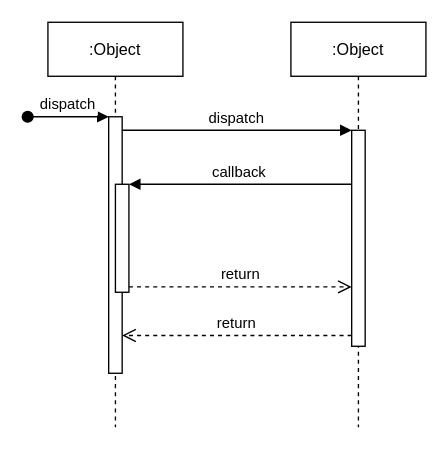
This is diagrams.net/SpringIOCLifeCycle.drawio from ZhengweiHou/simplegit, a draw.io file, before an edit. Source tidied: cells renumbered, new cells numbered last; positions are measured from the earlier drawing's top-left corner, leaving out a move shared by most shapes. Both pictures are drawn from the tidied source at 135%, with x=0, y=0 at pixel (27, 22).
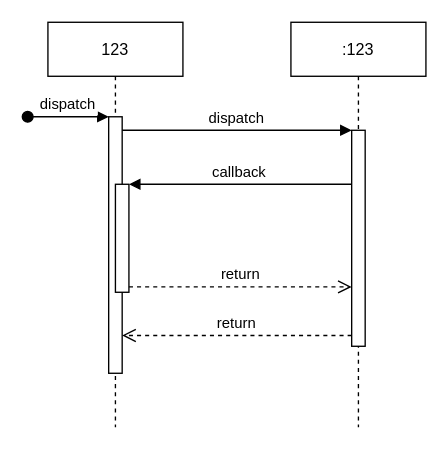
The same diagram, later.

The edit, as a diff of the source:
```diff
@@
 <mxGraphModel>
   <root>
     <mxCell id="0" />
     <mxCell id="1" parent="0" />
-    <mxCell id="2" value=":Object" style="shape=umlLifeline;perimeter=lifelinePerimeter;rounded=0;shadow=0;strokeWidth=1;" parent="1" vertex="1">
+    <mxCell id="2" value="123" style="shape=umlLifeline;perimeter=lifelinePerimeter;rounded=0;shadow=0;strokeWidth=1;" parent="1" vertex="1">
       <mxGeometry x="15" width="100" height="300" as="geometry" />
     </mxCell>
     <mxCell id="3" style="points=[];perimeter=orthogonalPerimeter;rounded=0;shadow=0;strokeWidth=1;" parent="2" vertex="1">
       <mxGeometry x="45" y="70" width="10" height="190" as="geometry" />
     </mxCell>
     <mxCell id="4" value="dispatch" style="verticalAlign=bottom;startArrow=oval;endArrow=block;startSize=8;shadow=0;strokeWidth=1;" parent="2" edge="1" target="3">
       <mxGeometry relative="1" as="geometry">
         <mxPoint x="-15" y="70" as="sourcePoint" />
       </mxGeometry>
     </mxCell>
     <mxCell id="5" style="points=[];perimeter=orthogonalPerimeter;rounded=0;shadow=0;strokeWidth=1;" parent="2" vertex="1">
       <mxGeometry x="50" y="120" width="10" height="80" as="geometry" />
     </mxCell>
-    <mxCell id="6" value=":Object" style="shape=umlLifeline;perimeter=lifelinePerimeter;rounded=0;shadow=0;strokeWidth=1;" parent="1" vertex="1">
+    <mxCell id="6" value=":123" style="shape=umlLifeline;perimeter=lifelinePerimeter;rounded=0;shadow=0;strokeWidth=1;" parent="1" vertex="1">
       <mxGeometry x="195" width="100" height="300" as="geometry" />
     </mxCell>
     <mxCell id="7" style="points=[];perimeter=orthogonalPerimeter;rounded=0;shadow=0;strokeWidth=1;" parent="6" vertex="1">
       <mxGeometry x="45" y="80" width="10" height="160" as="geometry" />
     </mxCell>
     <mxCell id="8" value="return" style="verticalAlign=bottom;endArrow=open;dashed=1;endSize=8;exitX=0;exitY=0.95;shadow=0;strokeWidth=1;" parent="1" edge="1" source="7" target="3">
       <mxGeometry relative="1" as="geometry" />
     </mxCell>
     <mxCell id="9" value="dispatch" style="verticalAlign=bottom;endArrow=block;entryX=0;entryY=0;shadow=0;strokeWidth=1;" parent="1" edge="1" source="3" target="7">
       <mxGeometry relative="1" as="geometry" />
     </mxCell>
     <mxCell id="10" value="callback" style="verticalAlign=bottom;endArrow=block;entryX=1;entryY=0;shadow=0;strokeWidth=1;" parent="1" edge="1" source="7" target="5">
       <mxGeometry relative="1" as="geometry" />
     </mxCell>
     <mxCell id="11" value="return" style="verticalAlign=bottom;endArrow=open;dashed=1;endSize=8;exitX=1;exitY=0.95;shadow=0;strokeWidth=1;" parent="1" edge="1" source="5" target="7">
       <mxGeometry relative="1" as="geometry" />
     </mxCell>
   </root>
 </mxGraphModel>
```
